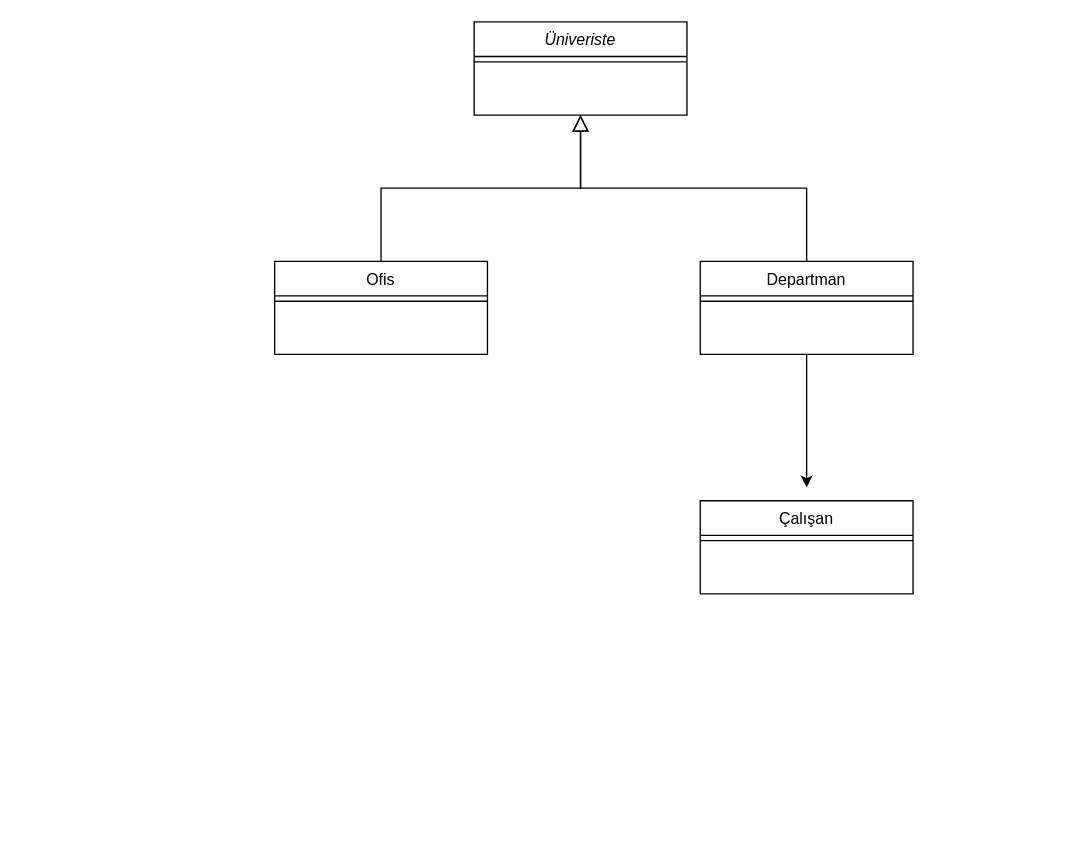
Before: Başlıksız Diyagram.drawio in batuhanvural/Patika, a draw.io diagram. Source tidied: cells renumbered, new cells numbered last; positions are measured from the earlier drawing's top-left corner, leaving out a move shared by most shapes. Both pictures are drawn from the tidied source at 133%, with x=0, y=0 at pixel (274, 21).
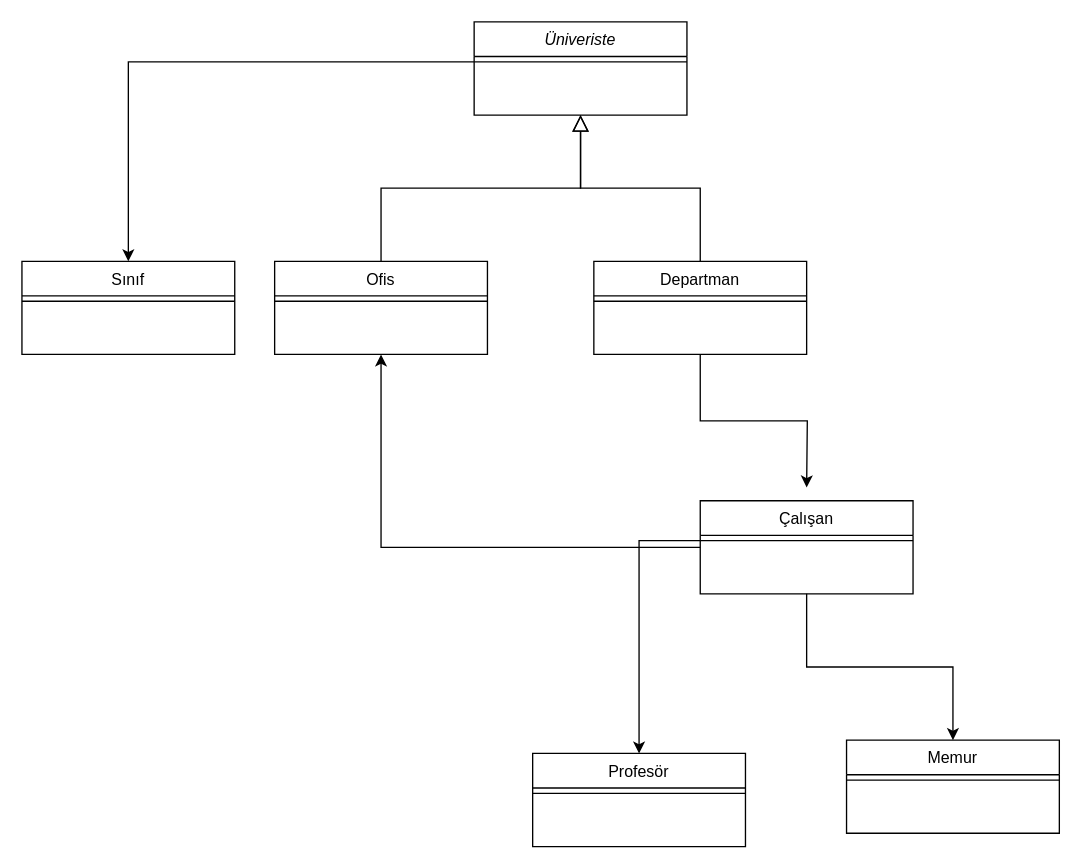
After the change.

The change refers to these unchanged cells:
```xml
<mxCell id="3" style="line;html=1;strokeWidth=1;align=left;verticalAlign=middle;spacingTop=-1;spacingLeft=3;spacingRight=3;labelPosition=right;points=[];portConstraint=eastwest;" parent="2" vertex="1">
  <mxGeometry y="26" width="160" height="8" as="geometry" />
</mxCell>
<mxCell id="4" value="Ofis" style="swimlane;fontStyle=0;align=center;verticalAlign=top;horizontal=1;startSize=26;rounded=0;shadow=0;strokeWidth=1;" parent="1" vertex="1">
  <mxGeometry y="180" width="160" height="70" as="geometry" />
</mxCell>
<mxCell id="11" value="Çalışan" style="swimlane;fontStyle=0;align=center;verticalAlign=top;horizontal=1;startSize=26;rounded=0;shadow=0;strokeWidth=1;" parent="1" vertex="1">
  <mxGeometry x="320" y="360" width="160" height="70" as="geometry" />
</mxCell>
<mxCell id="12" style="line;html=1;strokeWidth=1;align=left;verticalAlign=middle;spacingTop=-1;spacingLeft=3;spacingRight=3;labelPosition=right;points=[];portConstraint=eastwest;" parent="11" vertex="1">
  <mxGeometry y="26" width="160" height="8" as="geometry" />
</mxCell>
```

Change to the diagram source:
```diff
@@
     <mxCell id="8" value="Departman" style="swimlane;fontStyle=0;align=center;verticalAlign=top;horizontal=1;startSize=26;rounded=0;shadow=0;strokeWidth=1;" parent="1" vertex="1">
-      <mxGeometry x="320" y="180" width="160" height="70" as="geometry" />
+      <mxGeometry x="240" y="180" width="160" height="70" as="geometry" />
     </mxCell>
@@
+    <mxCell id="13" style="edgeStyle=orthogonalEdgeStyle;rounded=0;jettySize=auto;html=1;" parent="1" edge="1" source="11" target="21">
+      <mxGeometry relative="1" as="geometry" />
+    </mxCell>
+    <mxCell id="14" style="edgeStyle=orthogonalEdgeStyle;rounded=0;jettySize=auto;html=1;entryX=0.5;entryY=1;entryDx=0;entryDy=0;" parent="1" edge="1" source="11" target="4">
+      <mxGeometry relative="1" as="geometry" />
+    </mxCell>
@@
+    <mxCell id="15" value="Sınıf" style="swimlane;fontStyle=0;align=center;verticalAlign=top;horizontal=1;startSize=26;rounded=0;shadow=0;strokeWidth=1;" parent="1" vertex="1">
+      <mxGeometry x="-190" y="180" width="160" height="70" as="geometry" />
+    </mxCell>
+    <mxCell id="16" style="line;html=1;strokeWidth=1;align=left;verticalAlign=middle;spacingTop=-1;spacingLeft=3;spacingRight=3;labelPosition=right;" parent="15" vertex="1">
+      <mxGeometry y="26" width="160" height="8" as="geometry" />
+    </mxCell>
+    <mxCell id="17" style="edgeStyle=orthogonalEdgeStyle;rounded=0;jettySize=auto;html=1;" parent="1" edge="1" source="3" target="15">
+      <mxGeometry relative="1" as="geometry" />
+    </mxCell>
+    <mxCell id="18" value="Profesör&#10;" style="swimlane;fontStyle=0;align=center;verticalAlign=top;horizontal=1;startSize=26;rounded=0;shadow=0;strokeWidth=1;" parent="1" vertex="1">
+      <mxGeometry x="194" y="550" width="160" height="70" as="geometry" />
+    </mxCell>
+    <mxCell id="19" style="line;html=1;strokeWidth=1;align=left;verticalAlign=middle;spacingTop=-1;spacingLeft=3;spacingRight=3;labelPosition=right;" parent="18" vertex="1">
+      <mxGeometry y="26" width="160" height="8" as="geometry" />
+    </mxCell>
+    <mxCell id="20" style="edgeStyle=orthogonalEdgeStyle;rounded=0;jettySize=auto;html=1;" parent="1" edge="1" source="12" target="18">
+      <mxGeometry relative="1" as="geometry" />
+    </mxCell>
+    <mxCell id="21" value="Memur&#10;" style="swimlane;fontStyle=0;align=center;verticalAlign=top;horizontal=1;startSize=26;rounded=0;shadow=0;strokeWidth=1;" parent="1" vertex="1">
+      <mxGeometry x="430" y="540" width="160" height="70" as="geometry" />
+    </mxCell>
+    <mxCell id="22" style="line;html=1;strokeWidth=1;align=left;verticalAlign=middle;spacingTop=-1;spacingLeft=3;spacingRight=3;labelPosition=right;" parent="21" vertex="1">
+      <mxGeometry y="26" width="160" height="8" as="geometry" />
+    </mxCell>
```
